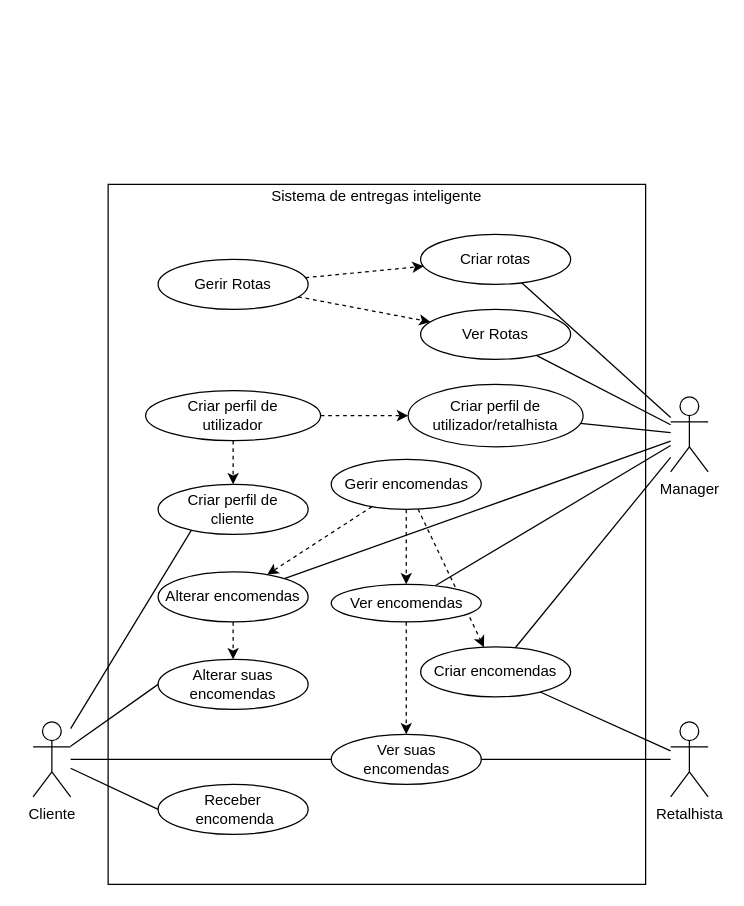
Earlier version of the draw.io diagram page "USE CASE DIAGRAM" (7 of 10) of Diagrams.drawio (miguelfrutuoso/smart-delivery). Source tidied: cells renumbered, new cells numbered last; positions are measured from the earlier drawing's top-left corner, leaving out a move shared by most shapes. Both pictures are drawn from the tidied source at 125%, with x=0, y=0 at pixel (32, 184).
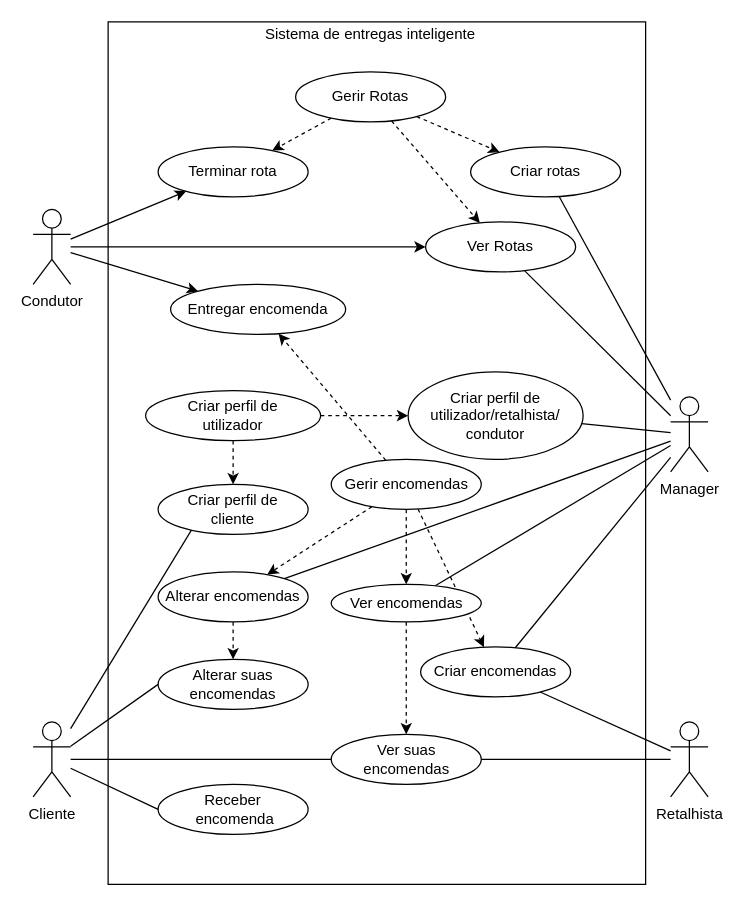
Above is the later version.

Unchanged cells that the change refers to:
```xml
<mxCell id="18" value="Gerir encomendas" style="ellipse;whiteSpace=wrap;html=1;" parent="1" vertex="1">
  <mxGeometry x="238.5" y="220" width="120" height="40" as="geometry" />
</mxCell>
```

Change to the diagram source:
```diff
@@
     <mxCell id="2" style="rounded=0;whiteSpace=wrap;html=1;" parent="1" vertex="1">
-      <mxGeometry x="60" width="430" height="560" as="geometry" />
+      <mxGeometry x="60" y="-130" width="430" height="690" as="geometry" />
     </mxCell>
@@
+    <mxCell id="41" style="edgeStyle=none;rounded=0;jettySize=auto;html=1;dashed=1;" parent="1" edge="1" source="18" target="48">
+      <mxGeometry relative="1" as="geometry" />
+    </mxCell>
@@
     <mxCell id="29" value="Ver Rotas" style="ellipse;whiteSpace=wrap;html=1;" parent="1" vertex="1">
-      <mxGeometry x="310" y="100" width="120" height="40" as="geometry" />
+      <mxGeometry x="314" y="30" width="120" height="40" as="geometry" />
     </mxCell>
@@
+    <mxCell id="42" style="edgeStyle=none;rounded=0;jettySize=auto;html=1;dashed=1;" parent="1" edge="1" source="32" target="47">
+      <mxGeometry relative="1" as="geometry" />
+    </mxCell>
     <mxCell id="32" value="Gerir Rotas" style="ellipse;whiteSpace=wrap;html=1;" parent="1" vertex="1">
-      <mxGeometry x="100" y="60" width="120" height="40" as="geometry" />
+      <mxGeometry x="210" y="-90" width="120" height="40" as="geometry" />
     </mxCell>
@@
     <mxCell id="34" value="Criar rotas" style="ellipse;whiteSpace=wrap;html=1;" parent="1" vertex="1">
-      <mxGeometry x="310" y="40" width="120" height="40" as="geometry" />
+      <mxGeometry x="350" y="-30" width="120" height="40" as="geometry" />
     </mxCell>
@@
-    <mxCell id="36" value="Criar perfil de utilizador/retalhista" style="ellipse;whiteSpace=wrap;html=1;" parent="1" vertex="1">
-      <mxGeometry x="300" y="160" width="140" height="50" as="geometry" />
+    <mxCell id="36" value="Criar perfil de utilizador/retalhista/&lt;br&gt;condutor" style="ellipse;whiteSpace=wrap;html=1;" parent="1" vertex="1">
+      <mxGeometry x="300" y="150" width="140" height="70" as="geometry" />
     </mxCell>
@@
     <mxCell id="40" value="Sistema de entregas inteligente" style="text;html=1;strokeColor=none;fillColor=none;align=center;verticalAlign=middle;whiteSpace=wrap;rounded=0;" parent="1" vertex="1">
-      <mxGeometry x="185" width="180" height="20" as="geometry" />
+      <mxGeometry x="180" y="-130" width="180" height="20" as="geometry" />
     </mxCell>
+    <mxCell id="43" style="rounded=0;jettySize=auto;html=1;" parent="1" edge="1" source="46" target="29">
+      <mxGeometry relative="1" as="geometry" />
+    </mxCell>
+    <mxCell id="44" style="rounded=0;jettySize=auto;html=1;" parent="1" edge="1" source="46" target="47">
+      <mxGeometry relative="1" as="geometry" />
+    </mxCell>
+    <mxCell id="45" style="edgeStyle=none;rounded=0;jettySize=auto;html=1;" parent="1" edge="1" source="46" target="48">
+      <mxGeometry relative="1" as="geometry" />
+    </mxCell>
+    <mxCell id="46" value="Condutor" style="shape=umlActor;verticalLabelPosition=bottom;verticalAlign=top;html=1;outlineConnect=0;" parent="1" vertex="1">
+      <mxGeometry y="20" width="30" height="60" as="geometry" />
+    </mxCell>
+    <mxCell id="47" value="Terminar rota" style="ellipse;whiteSpace=wrap;html=1;" parent="1" vertex="1">
+      <mxGeometry x="100" y="-30" width="120" height="40" as="geometry" />
+    </mxCell>
+    <mxCell id="48" value="Entregar encomenda" style="ellipse;whiteSpace=wrap;html=1;" parent="1" vertex="1">
+      <mxGeometry x="110" y="80" width="140" height="40" as="geometry" />
+    </mxCell>
```
